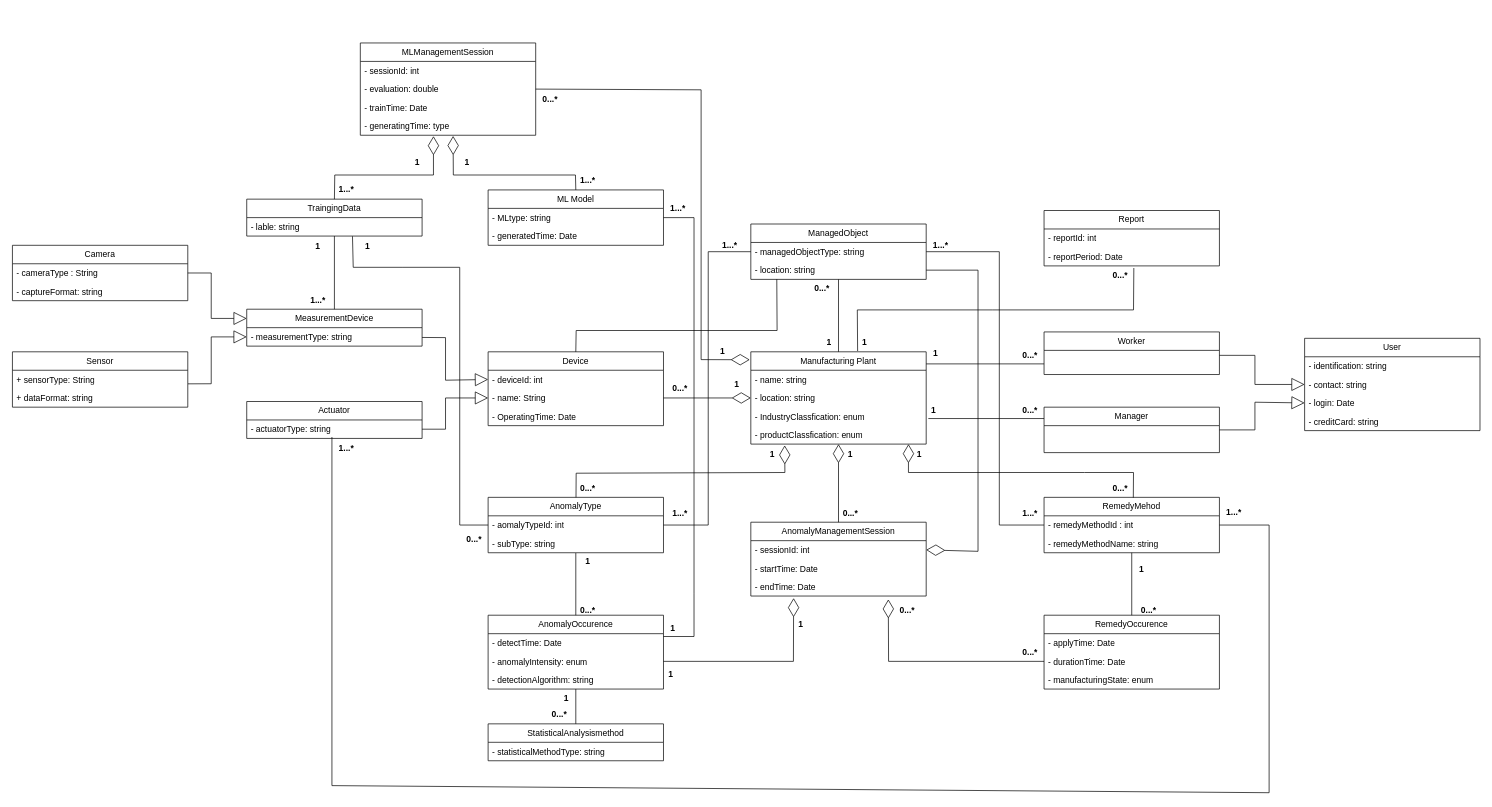
ShineSoYoung/TEST keeps this draw.io diagram as class_diagram_refine2.drawio. Above is the earlier version. Source tidied: cells renumbered, new cells numbered last; positions are measured from the earlier drawing's top-left corner, leaving out a move shared by most shapes. Both pictures are drawn from the tidied source at 71%, with x=0, y=0 at pixel (12, 43).
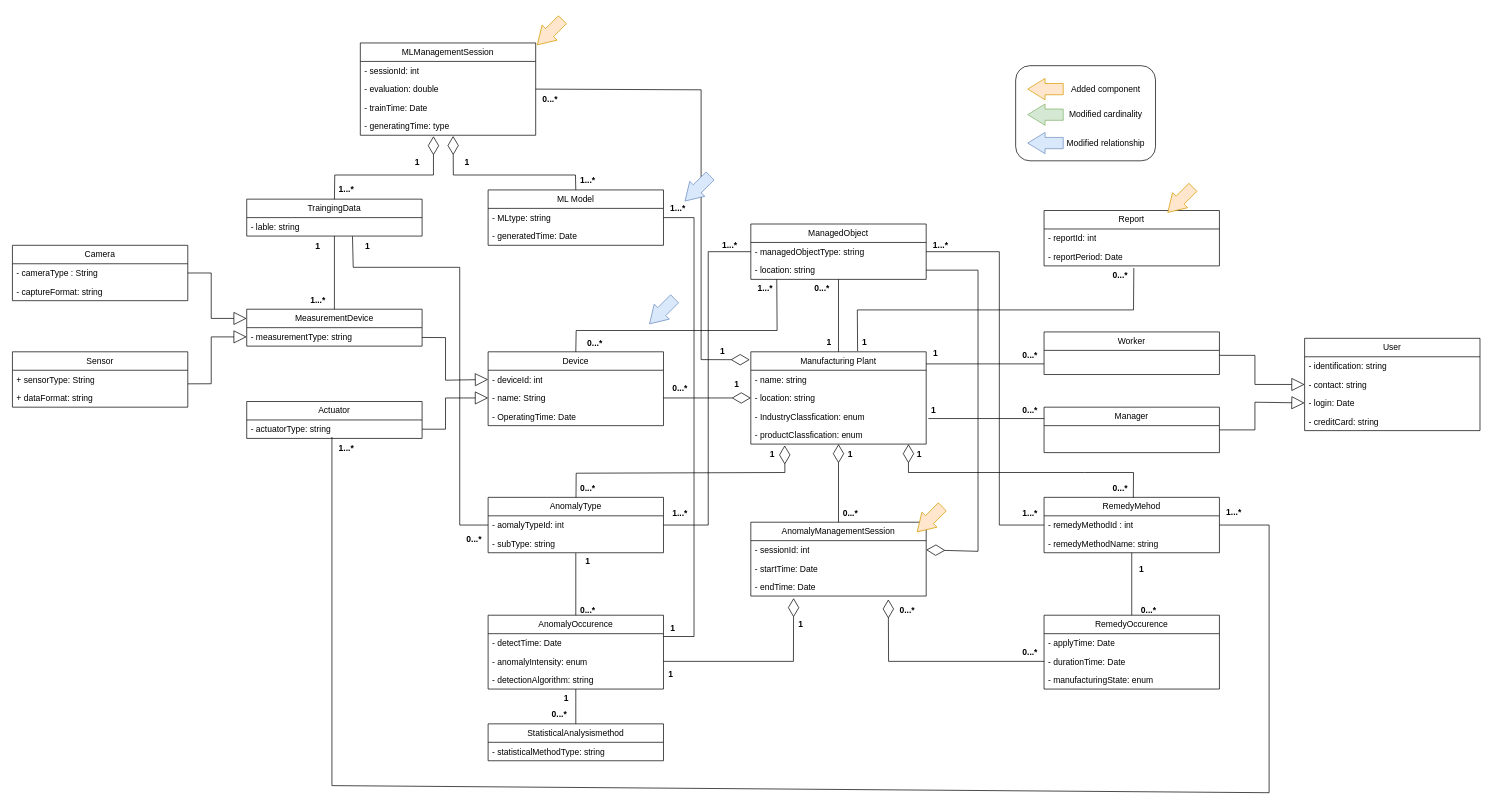
The same diagram, later.

The edit, as a diff of the source:
```diff
@@
+    <mxCell id="138" style="rounded=1;whiteSpace=wrap;html=1;" parent="1" vertex="1">
+      <mxGeometry x="1413" y="32" width="197" height="134" as="geometry" />
+    </mxCell>
+    <mxCell id="139" style="html=1;shadow=0;dashed=0;align=center;verticalAlign=middle;shape=mxgraph.arrows2.arrow;dy=0.47;dx=24.41;flipH=1;notch=0;fillColor=#ffe6cc;strokeColor=#d79b00;" parent="1" vertex="1">
+      <mxGeometry x="1430" y="50" width="50" height="30" as="geometry" />
+    </mxCell>
+    <mxCell id="140" style="html=1;shadow=0;dashed=0;align=center;verticalAlign=middle;shape=mxgraph.arrows2.arrow;dy=0.47;dx=24.41;flipH=1;notch=0;fillColor=#d5e8d4;strokeColor=#82b366;" parent="1" vertex="1">
+      <mxGeometry x="1430" y="86" width="50" height="30" as="geometry" />
+    </mxCell>
+    <mxCell id="141" style="html=1;shadow=0;dashed=0;align=center;verticalAlign=middle;shape=mxgraph.arrows2.arrow;dy=0.47;dx=24.41;flipH=1;notch=0;fillColor=#dae8fc;strokeColor=#6c8ebf;" parent="1" vertex="1">
+      <mxGeometry x="1430" y="126" width="50" height="30" as="geometry" />
+    </mxCell>
+    <mxCell id="142" value="Added component" style="text;html=1;strokeColor=none;fillColor=none;align=center;verticalAlign=middle;whiteSpace=wrap;rounded=0;" parent="1" vertex="1">
+      <mxGeometry x="1480" y="50" width="120" height="30" as="geometry" />
+    </mxCell>
+    <mxCell id="143" value="Modified cardinality" style="text;html=1;strokeColor=none;fillColor=none;align=center;verticalAlign=middle;whiteSpace=wrap;rounded=0;" parent="1" vertex="1">
+      <mxGeometry x="1480" y="86" width="120" height="30" as="geometry" />
+    </mxCell>
+    <mxCell id="144" value="Modified relationship" style="text;html=1;strokeColor=none;fillColor=none;align=center;verticalAlign=middle;whiteSpace=wrap;rounded=0;" parent="1" vertex="1">
+      <mxGeometry x="1480" y="126" width="120" height="30" as="geometry" />
+    </mxCell>
+    <mxCell id="145" style="html=1;shadow=0;dashed=0;align=center;verticalAlign=middle;shape=mxgraph.arrows2.arrow;dy=0.47;dx=24.41;flipH=1;notch=0;fillColor=#ffe6cc;strokeColor=#d79b00;rotation=-45;" parent="1" vertex="1">
+      <mxGeometry x="1267" y="656" width="50" height="30" as="geometry" />
+    </mxCell>
+    <mxCell id="146" style="html=1;shadow=0;dashed=0;align=center;verticalAlign=middle;shape=mxgraph.arrows2.arrow;dy=0.47;dx=24.41;flipH=1;notch=0;fillColor=#ffe6cc;strokeColor=#d79b00;rotation=-45;" parent="1" vertex="1">
+      <mxGeometry x="1620" y="206" width="50" height="30" as="geometry" />
+    </mxCell>
+    <mxCell id="147" style="html=1;shadow=0;dashed=0;align=center;verticalAlign=middle;shape=mxgraph.arrows2.arrow;dy=0.47;dx=24.41;flipH=1;notch=0;fillColor=#ffe6cc;strokeColor=#d79b00;rotation=-45;" parent="1" vertex="1">
+      <mxGeometry x="732" y="-30" width="50" height="30" as="geometry" />
+    </mxCell>
+    <mxCell id="148" style="html=1;shadow=0;dashed=0;align=center;verticalAlign=middle;shape=mxgraph.arrows2.arrow;dy=0.47;dx=24.41;flipH=1;notch=0;fillColor=#dae8fc;strokeColor=#6c8ebf;rotation=-45;" parent="1" vertex="1">
+      <mxGeometry x="890" y="363" width="50" height="30" as="geometry" />
+    </mxCell>
+    <mxCell id="149" style="html=1;shadow=0;dashed=0;align=center;verticalAlign=middle;shape=mxgraph.arrows2.arrow;dy=0.47;dx=24.41;flipH=1;notch=0;fillColor=#dae8fc;strokeColor=#6c8ebf;rotation=-45;" parent="1" vertex="1">
+      <mxGeometry x="940" y="190" width="50" height="30" as="geometry" />
+    </mxCell>
+    <mxCell id="150" value="0...*" style="text;align=center;fontStyle=1;verticalAlign=middle;spacingLeft=3;spacingRight=3;html=1;" parent="1" vertex="1">
+      <mxGeometry x="800" y="410" width="40" height="26" as="geometry" />
+    </mxCell>
+    <mxCell id="151" value="1...*" style="text;align=center;fontStyle=1;verticalAlign=middle;spacingLeft=3;spacingRight=3;html=1;" parent="1" vertex="1">
+      <mxGeometry x="1040" y="333" width="40" height="26" as="geometry" />
+    </mxCell>
```
